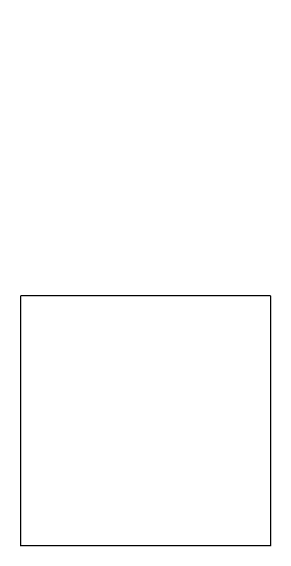
Earlier version of the draw.io diagram drawio_files/2.drawio (frostaag/diagrams-v3). Source tidied: cells renumbered, new cells numbered last; positions are measured from the earlier drawing's top-left corner, leaving out a move shared by most shapes. Both pictures are drawn from the tidied source at 125%, with x=0, y=0 at pixel (20, 295).
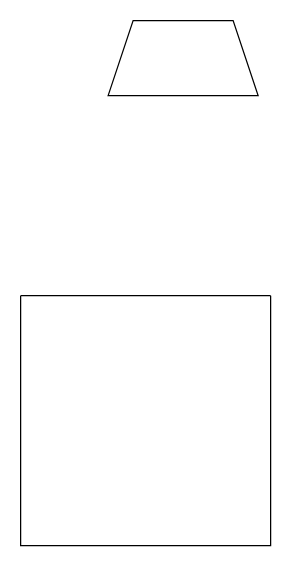
After the change.

Diff of the diagram source:
```diff
@@
 <mxGraphModel>
   <root>
     <mxCell id="0" />
     <mxCell id="1" parent="0" />
     <mxCell id="2" style="swimlane;startSize=0;" parent="1" vertex="1">
       <mxGeometry width="200" height="200" as="geometry" />
     </mxCell>
+    <mxCell id="3" style="shape=trapezoid;perimeter=trapezoidPerimeter;whiteSpace=wrap;html=1;fixedSize=1;" parent="1" vertex="1">
+      <mxGeometry x="70" y="-220" width="120" height="60" as="geometry" />
+    </mxCell>
   </root>
 </mxGraphModel>
```
